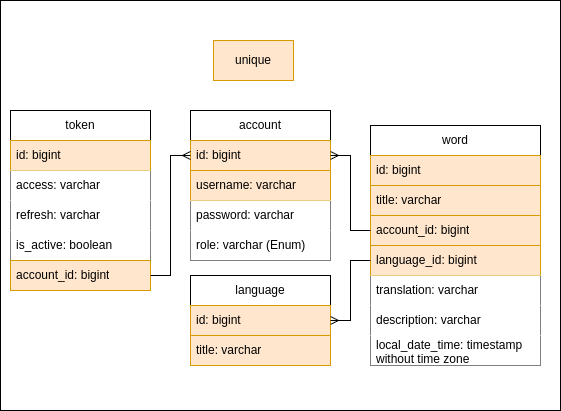
The draw.io diagram backend/resources/Database_schema.drawio.png in architect-711/words-app, before a commit. Source tidied: cells renumbered, new cells last; positions are measured from the earlier drawing's top-left corner, leaving out a move shared by most shapes.
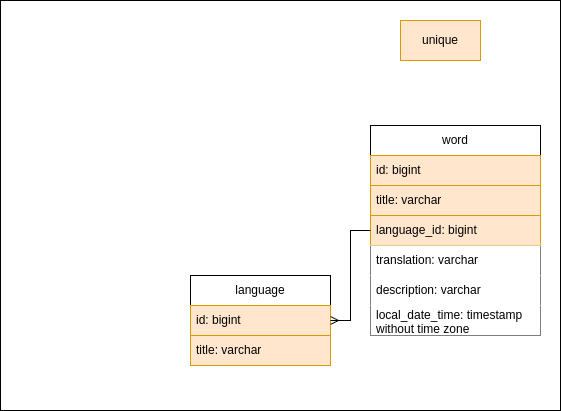
The same diagram one commit later.

The edit, as a diff of the source:
```diff
@@ -5,23 +5,8 @@
     <mxCell id="2" style="rounded=0;whiteSpace=wrap;html=1;" parent="1" vertex="1">
       <mxGeometry width="560" height="410" as="geometry" />
     </mxCell>
-    <mxCell id="3" value="account" style="swimlane;fontStyle=0;horizontal=1;startSize=30;whiteSpace=wrap;html=1;fillStyle=solid;" parent="1" vertex="1">
-      <mxGeometry x="190" y="110" width="140" height="150" as="geometry" />
-    </mxCell>
-    <mxCell id="4" value="id: bigint" style="text;strokeColor=#d79b00;fillColor=#ffe6cc;align=left;verticalAlign=middle;spacingLeft=4;spacingRight=4;overflow=hidden;points=[[0,0.5],[1,0.5]];portConstraint=eastwest;whiteSpace=wrap;html=1;" parent="3" vertex="1">
-      <mxGeometry y="30" width="140" height="30" as="geometry" />
-    </mxCell>
-    <mxCell id="5" value="username: varchar" style="text;strokeColor=#d79b00;fillColor=#ffe6cc;align=left;verticalAlign=middle;spacingLeft=4;spacingRight=4;overflow=hidden;whiteSpace=wrap;html=1;" parent="3" vertex="1">
-      <mxGeometry y="60" width="140" height="30" as="geometry" />
-    </mxCell>
-    <mxCell id="6" value="password: varchar" style="text;strokeColor=none;fillColor=default;align=left;verticalAlign=middle;spacingLeft=4;spacingRight=4;overflow=hidden;whiteSpace=wrap;html=1;" parent="3" vertex="1">
-      <mxGeometry y="90" width="140" height="30" as="geometry" />
-    </mxCell>
-    <mxCell id="7" value="role: varchar (Enum)" style="text;strokeColor=none;fillColor=default;align=left;verticalAlign=middle;spacingLeft=4;spacingRight=4;overflow=hidden;whiteSpace=wrap;html=1;" parent="3" vertex="1">
-      <mxGeometry y="120" width="140" height="30" as="geometry" />
-    </mxCell>
     <mxCell id="8" value="word" style="swimlane;fontStyle=0;horizontal=1;startSize=30;whiteSpace=wrap;html=1;" parent="1" vertex="1">
-      <mxGeometry x="370" y="125" width="170" height="240" as="geometry" />
+      <mxGeometry x="370" y="125" width="170" height="210" as="geometry" />
     </mxCell>
     <mxCell id="9" value="id: bigint" style="text;strokeColor=#d79b00;fillColor=#ffe6cc;align=left;verticalAlign=middle;spacingLeft=4;spacingRight=4;overflow=hidden;whiteSpace=wrap;html=1;" parent="8" vertex="1">
       <mxGeometry y="30" width="170" height="30" as="geometry" />
@@ -29,24 +14,18 @@
     <mxCell id="10" value="title: varchar" style="text;strokeColor=#d79b00;fillColor=#ffe6cc;align=left;verticalAlign=middle;spacingLeft=4;spacingRight=4;overflow=hidden;whiteSpace=wrap;html=1;" parent="8" vertex="1">
       <mxGeometry y="60" width="170" height="30" as="geometry" />
     </mxCell>
-    <mxCell id="11" value="account_id: bigint" style="text;align=left;verticalAlign=middle;spacingLeft=4;spacingRight=4;overflow=hidden;points=[[0,0.5],[1,0.5]];portConstraint=eastwest;whiteSpace=wrap;html=1;fillColor=#ffe6cc;strokeColor=#d79b00;" parent="8" vertex="1">
-      <mxGeometry y="90" width="170" height="30" as="geometry" />
-    </mxCell>
     <mxCell id="12" value="language_id: bigint&amp;nbsp;" style="text;align=left;verticalAlign=middle;spacingLeft=4;spacingRight=4;overflow=hidden;points=[[0,0.5],[1,0.5]];portConstraint=eastwest;whiteSpace=wrap;html=1;fillColor=#ffe6cc;strokeColor=#d79b00;" parent="8" vertex="1">
-      <mxGeometry y="120" width="170" height="30" as="geometry" />
+      <mxGeometry y="90" width="170" height="30" as="geometry" />
     </mxCell>
     <mxCell id="13" value="translation: varchar" style="text;align=left;verticalAlign=middle;spacingLeft=4;spacingRight=4;overflow=hidden;whiteSpace=wrap;html=1;fillColor=default;" parent="8" vertex="1">
-      <mxGeometry y="150" width="170" height="30" as="geometry" />
+      <mxGeometry y="120" width="170" height="30" as="geometry" />
     </mxCell>
     <mxCell id="14" value="description: varchar" style="text;align=left;verticalAlign=middle;spacingLeft=4;spacingRight=4;overflow=hidden;whiteSpace=wrap;html=1;fillColor=default;" parent="8" vertex="1">
-      <mxGeometry y="180" width="170" height="30" as="geometry" />
+      <mxGeometry y="150" width="170" height="30" as="geometry" />
     </mxCell>
     <mxCell id="15" value="local_date_time: timestamp without time zone" style="text;align=left;verticalAlign=middle;spacingLeft=4;spacingRight=4;overflow=hidden;whiteSpace=wrap;html=1;fillColor=default;" parent="8" vertex="1">
-      <mxGeometry y="210" width="170" height="30" as="geometry" />
+      <mxGeometry y="180" width="170" height="30" as="geometry" />
     </mxCell>
-    <mxCell id="16" style="edgeStyle=orthogonalEdgeStyle;rounded=0;jettySize=auto;html=1;exitX=0;exitY=0.5;exitDx=0;exitDy=0;entryX=1;entryY=0.5;entryDx=0;entryDy=0;endArrow=ERmany;endFill=0;" parent="1" edge="1" source="11" target="4">
-      <mxGeometry relative="1" as="geometry" />
-    </mxCell>
     <mxCell id="17" value="language" style="swimlane;fontStyle=0;horizontal=1;startSize=30;whiteSpace=wrap;html=1;" parent="1" vertex="1">
       <mxGeometry x="190" y="275" width="140" height="90" as="geometry" />
     </mxCell>
@@ -59,29 +38,8 @@
     <mxCell id="20" style="edgeStyle=orthogonalEdgeStyle;rounded=0;jettySize=auto;html=1;entryX=1;entryY=0.5;entryDx=0;entryDy=0;endArrow=ERmany;endFill=0;" parent="1" edge="1" source="12" target="18">
       <mxGeometry relative="1" as="geometry" />
     </mxCell>
-    <mxCell id="21" value="token" style="swimlane;fontStyle=0;horizontal=1;startSize=30;whiteSpace=wrap;html=1;" parent="1" vertex="1">
-      <mxGeometry x="10" y="110" width="140" height="180" as="geometry" />
-    </mxCell>
-    <mxCell id="22" value="id: bigint" style="text;strokeColor=#d79b00;fillColor=#ffe6cc;align=left;verticalAlign=middle;spacingLeft=4;spacingRight=4;overflow=hidden;whiteSpace=wrap;html=1;" parent="21" vertex="1">
-      <mxGeometry y="30" width="140" height="30" as="geometry" />
-    </mxCell>
-    <mxCell id="23" value="access: varchar" style="text;strokeColor=none;fillColor=default;align=left;verticalAlign=middle;spacingLeft=4;spacingRight=4;overflow=hidden;whiteSpace=wrap;html=1;" parent="21" vertex="1">
-      <mxGeometry y="60" width="140" height="30" as="geometry" />
-    </mxCell>
-    <mxCell id="24" value="refresh: varchar" style="text;strokeColor=none;fillColor=default;align=left;verticalAlign=middle;spacingLeft=4;spacingRight=4;overflow=hidden;whiteSpace=wrap;html=1;" parent="21" vertex="1">
-      <mxGeometry y="90" width="140" height="30" as="geometry" />
-    </mxCell>
-    <mxCell id="25" value="is_active: boolean" style="text;strokeColor=none;fillColor=default;align=left;verticalAlign=middle;spacingLeft=4;spacingRight=4;overflow=hidden;whiteSpace=wrap;html=1;" parent="21" vertex="1">
-      <mxGeometry y="120" width="140" height="30" as="geometry" />
-    </mxCell>
-    <mxCell id="26" value="account_id: bigint" style="text;strokeColor=#d79b00;fillColor=#ffe6cc;align=left;verticalAlign=middle;spacingLeft=4;spacingRight=4;overflow=hidden;points=[[0,0.5],[1,0.5]];portConstraint=eastwest;whiteSpace=wrap;html=1;" parent="21" vertex="1">
-      <mxGeometry y="150" width="140" height="30" as="geometry" />
-    </mxCell>
-    <mxCell id="27" style="edgeStyle=orthogonalEdgeStyle;rounded=0;jettySize=auto;html=1;entryX=0;entryY=0.5;entryDx=0;entryDy=0;endArrow=ERmany;endFill=0;exitX=1;exitY=0.5;exitDx=0;exitDy=0;" parent="1" edge="1" source="26" target="4">
-      <mxGeometry relative="1" as="geometry" />
-    </mxCell>
     <mxCell id="28" value="unique" style="rounded=0;whiteSpace=wrap;html=1;fillColor=#ffe6cc;strokeColor=#d79b00;" parent="1" vertex="1">
-      <mxGeometry x="213" y="40" width="80" height="40" as="geometry" />
+      <mxGeometry x="400" y="20" width="80" height="40" as="geometry" />
     </mxCell>
   </root>
 </mxGraphModel>
```
